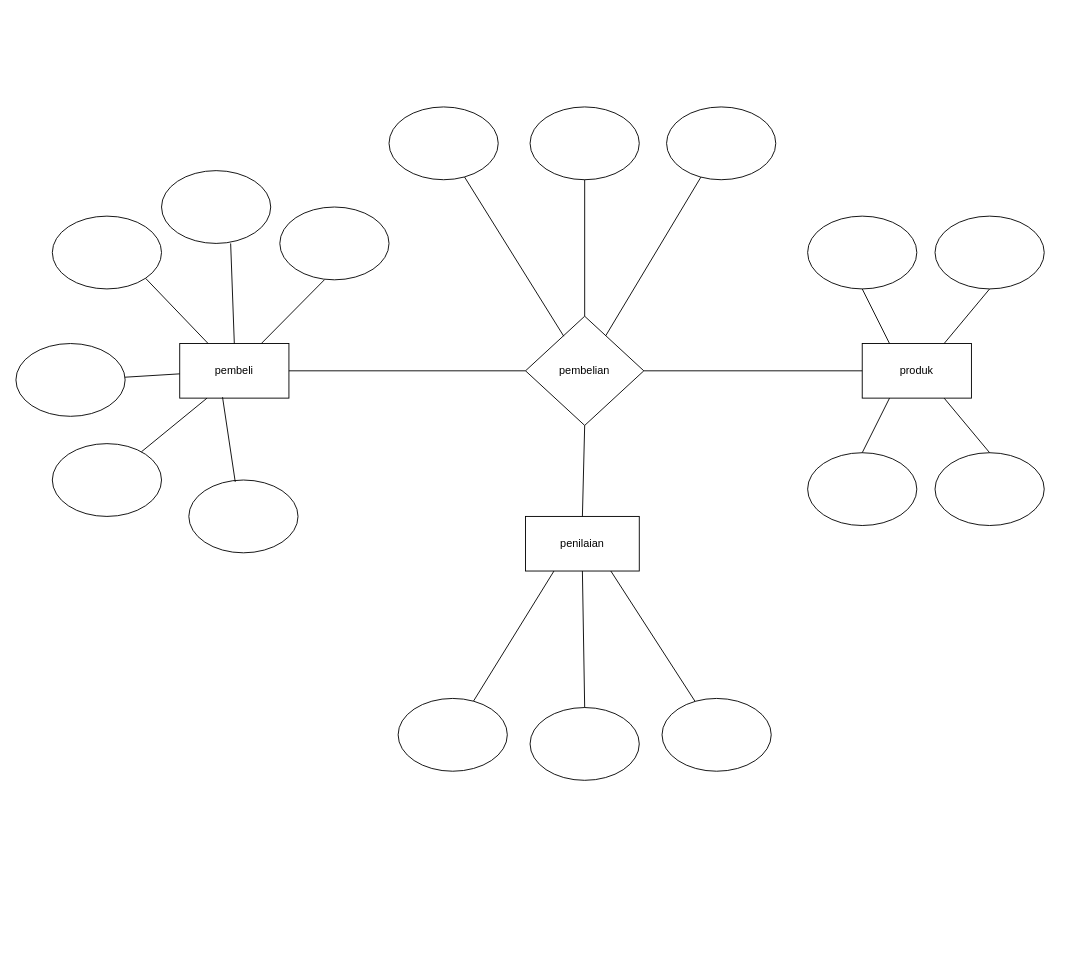
Earlier version of the draw.io diagram Untitled Diagram.drawio (MarioAT2703/JARKOM). Source tidied: cells renumbered, new cells numbered last; positions are measured from the earlier drawing's top-left corner, leaving out a move shared by most shapes. Both pictures are drawn from the tidied source at 91%, with x=0, y=0 at pixel (15, 106).
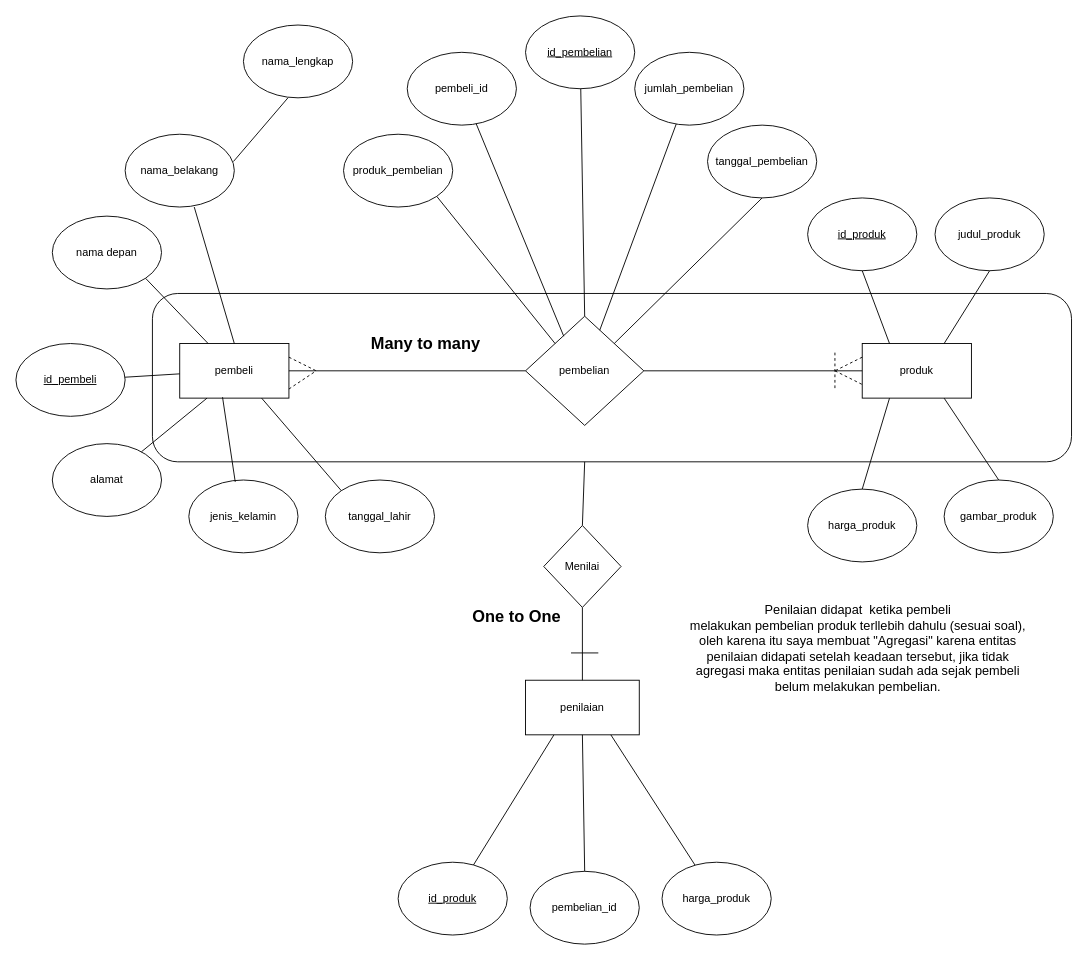
The same page after the edit.

Unchanged cells that the change refers to:
```xml
<mxCell id="2" value="pembeli" style="rounded=0;whiteSpace=wrap;html=1;" parent="1" vertex="1">
  <mxGeometry x="180" y="260" width="120" height="60" as="geometry" />
</mxCell>
<mxCell id="3" value="pembelian" style="rhombus;whiteSpace=wrap;html=1;" parent="1" vertex="1">
  <mxGeometry x="560" y="230" width="130" height="120" as="geometry" />
</mxCell>
<mxCell id="4" value="produk" style="rounded=0;whiteSpace=wrap;html=1;" parent="1" vertex="1">
  <mxGeometry x="930" y="260" width="120" height="60" as="geometry" />
</mxCell>
```

What changed in the source:
```diff
@@
+    <mxCell id="41" style="rounded=1;whiteSpace=wrap;html=1;" parent="1" vertex="1">
+      <mxGeometry x="150" y="205" width="1010" height="185" as="geometry" />
+    </mxCell>
@@
     <mxCell id="5" value="penilaian" style="rounded=0;whiteSpace=wrap;html=1;" parent="1" vertex="1">
-      <mxGeometry x="560" y="450" width="125" height="60" as="geometry" />
+      <mxGeometry x="560" y="630" width="125" height="60" as="geometry" />
     </mxCell>
-    <mxCell id="6" style="ellipse;whiteSpace=wrap;html=1;" parent="1" vertex="1">
+    <mxCell id="6" value="alamat" style="ellipse;whiteSpace=wrap;html=1;" parent="1" vertex="1">
       <mxGeometry x="40" y="370" width="120" height="80" as="geometry" />
     </mxCell>
-    <mxCell id="7" style="ellipse;whiteSpace=wrap;html=1;" parent="1" vertex="1">
-      <mxGeometry x="290" y="110" width="120" height="80" as="geometry" />
+    <mxCell id="7" value="nama_lengkap" style="ellipse;whiteSpace=wrap;html=1;" parent="1" vertex="1">
+      <mxGeometry x="250" y="-90" width="120" height="80" as="geometry" />
     </mxCell>
-    <mxCell id="8" style="ellipse;whiteSpace=wrap;html=1;" parent="1" vertex="1">
+    <mxCell id="8" value="&lt;u style=&quot;border-color: var(--border-color);&quot;&gt;id_pembeli&lt;/u&gt;" style="ellipse;whiteSpace=wrap;html=1;" parent="1" vertex="1">
       <mxGeometry y="260" width="120" height="80" as="geometry" />
     </mxCell>
-    <mxCell id="9" style="ellipse;whiteSpace=wrap;html=1;" parent="1" vertex="1">
+    <mxCell id="9" value="jenis_kelamin" style="ellipse;whiteSpace=wrap;html=1;" parent="1" vertex="1">
       <mxGeometry x="190" y="410" width="120" height="80" as="geometry" />
     </mxCell>
-    <mxCell id="10" style="ellipse;whiteSpace=wrap;html=1;" parent="1" vertex="1">
+    <mxCell id="10" value="nama depan" style="ellipse;whiteSpace=wrap;html=1;" parent="1" vertex="1">
       <mxGeometry x="40" y="120" width="120" height="80" as="geometry" />
     </mxCell>
-    <mxCell id="11" style="ellipse;whiteSpace=wrap;html=1;" parent="1" vertex="1">
-      <mxGeometry x="160" y="70" width="120" height="80" as="geometry" />
+    <mxCell id="11" value="nama_belakang" style="ellipse;whiteSpace=wrap;html=1;" parent="1" vertex="1">
+      <mxGeometry x="120" y="30" width="120" height="80" as="geometry" />
     </mxCell>
-    <mxCell id="12" style="endArrow=none;html=1;rounded=0;entryX=0.408;entryY=1;entryDx=0;entryDy=0;entryPerimeter=0;" parent="1" edge="1" source="2" target="7">
+    <mxCell id="12" style="endArrow=none;html=1;rounded=0;entryX=0.408;entryY=1;entryDx=0;entryDy=0;entryPerimeter=0;exitX=0.992;exitY=0.375;exitDx=0;exitDy=0;exitPerimeter=0;" parent="1" edge="1" source="11" target="7">
       <mxGeometry relative="1" as="geometry" />
     </mxCell>
@@
-    <mxCell id="18" style="ellipse;whiteSpace=wrap;html=1;" parent="1" vertex="1">
-      <mxGeometry x="565" width="120" height="80" as="geometry" />
+    <mxCell id="18" value="&lt;u&gt;id_pembelian&lt;/u&gt;" style="ellipse;whiteSpace=wrap;html=1;" parent="1" vertex="1">
+      <mxGeometry x="560" y="-100" width="120" height="80" as="geometry" />
     </mxCell>
-    <mxCell id="19" style="ellipse;whiteSpace=wrap;html=1;" parent="1" vertex="1">
-      <mxGeometry x="715" width="120" height="80" as="geometry" />
+    <mxCell id="19" value="jumlah_pembelian" style="ellipse;whiteSpace=wrap;html=1;" parent="1" vertex="1">
+      <mxGeometry x="680" y="-60" width="120" height="80" as="geometry" />
     </mxCell>
-    <mxCell id="20" style="ellipse;whiteSpace=wrap;html=1;" parent="1" vertex="1">
-      <mxGeometry x="410" width="120" height="80" as="geometry" />
+    <mxCell id="20" value="pembeli_id" style="ellipse;whiteSpace=wrap;html=1;" parent="1" vertex="1">
+      <mxGeometry x="430" y="-60" width="120" height="80" as="geometry" />
     </mxCell>
@@
-    <mxCell id="24" style="ellipse;whiteSpace=wrap;html=1;" parent="1" vertex="1">
-      <mxGeometry x="710" y="650" width="120" height="80" as="geometry" />
+    <mxCell id="24" value="harga_produk" style="ellipse;whiteSpace=wrap;html=1;" parent="1" vertex="1">
+      <mxGeometry x="710" y="830" width="120" height="80" as="geometry" />
     </mxCell>
-    <mxCell id="25" style="ellipse;whiteSpace=wrap;html=1;" parent="1" vertex="1">
-      <mxGeometry x="565" y="660" width="120" height="80" as="geometry" />
+    <mxCell id="25" value="pembelian_id" style="ellipse;whiteSpace=wrap;html=1;" parent="1" vertex="1">
+      <mxGeometry x="565" y="840" width="120" height="80" as="geometry" />
     </mxCell>
-    <mxCell id="26" style="ellipse;whiteSpace=wrap;html=1;" parent="1" vertex="1">
-      <mxGeometry x="420" y="650" width="120" height="80" as="geometry" />
+    <mxCell id="26" value="&lt;u&gt;id_produk&lt;/u&gt;" style="ellipse;whiteSpace=wrap;html=1;" parent="1" vertex="1">
+      <mxGeometry x="420" y="830" width="120" height="80" as="geometry" />
     </mxCell>
-    <mxCell id="27" style="ellipse;whiteSpace=wrap;html=1;" parent="1" vertex="1">
-      <mxGeometry x="870" y="380" width="120" height="80" as="geometry" />
+    <mxCell id="27" value="harga_produk" style="ellipse;whiteSpace=wrap;html=1;" parent="1" vertex="1">
+      <mxGeometry x="870" y="420" width="120" height="80" as="geometry" />
     </mxCell>
-    <mxCell id="28" style="ellipse;whiteSpace=wrap;html=1;" parent="1" vertex="1">
-      <mxGeometry x="1010" y="380" width="120" height="80" as="geometry" />
+    <mxCell id="28" value="gambar_produk" style="ellipse;whiteSpace=wrap;html=1;" parent="1" vertex="1">
+      <mxGeometry x="1020" y="410" width="120" height="80" as="geometry" />
     </mxCell>
-    <mxCell id="29" style="ellipse;whiteSpace=wrap;html=1;" parent="1" vertex="1">
-      <mxGeometry x="1010" y="120" width="120" height="80" as="geometry" />
+    <mxCell id="29" value="judul_produk" style="ellipse;whiteSpace=wrap;html=1;" parent="1" vertex="1">
+      <mxGeometry x="1010" y="100" width="120" height="80" as="geometry" />
     </mxCell>
-    <mxCell id="30" style="ellipse;whiteSpace=wrap;html=1;" parent="1" vertex="1">
-      <mxGeometry x="870" y="120" width="120" height="80" as="geometry" />
+    <mxCell id="30" value="&lt;u&gt;id_produk&lt;/u&gt;" style="ellipse;whiteSpace=wrap;html=1;" parent="1" vertex="1">
+      <mxGeometry x="870" y="100" width="120" height="80" as="geometry" />
     </mxCell>
@@
-    <mxCell id="40" style="endArrow=none;html=1;rounded=0;entryX=0.5;entryY=1;entryDx=0;entryDy=0;exitX=0.5;exitY=0;exitDx=0;exitDy=0;" parent="1" edge="1" source="5" target="3">
-      <mxGeometry relative="1" as="geometry" />
+    <mxCell id="40" style="endArrow=none;html=1;rounded=0;exitX=0.5;exitY=0;exitDx=0;exitDy=0;" parent="1" edge="1" source="50">
+      <mxGeometry relative="1" as="geometry">
+        <mxPoint x="625" y="390" as="targetPoint" />
+      </mxGeometry>
     </mxCell>
+    <mxCell id="42" value="tanggal_lahir" style="ellipse;whiteSpace=wrap;html=1;" parent="1" vertex="1">
+      <mxGeometry x="340" y="410" width="120" height="80" as="geometry" />
+    </mxCell>
+    <mxCell id="43" style="endArrow=none;html=1;rounded=0;entryX=0.75;entryY=1;entryDx=0;entryDy=0;exitX=0;exitY=0;exitDx=0;exitDy=0;" parent="1" edge="1" source="42" target="2">
+      <mxGeometry relative="1" as="geometry" />
+    </mxCell>
+    <mxCell id="44" value="produk_pembelian" style="ellipse;whiteSpace=wrap;html=1;" parent="1" vertex="1">
+      <mxGeometry x="360" y="30" width="120" height="80" as="geometry" />
+    </mxCell>
+    <mxCell id="45" value="tanggal_pembelian" style="ellipse;whiteSpace=wrap;html=1;" parent="1" vertex="1">
+      <mxGeometry x="760" y="20" width="120" height="80" as="geometry" />
+    </mxCell>
+    <mxCell id="46" style="endArrow=none;html=1;rounded=0;exitX=0;exitY=0;exitDx=0;exitDy=0;entryX=1;entryY=1;entryDx=0;entryDy=0;" parent="1" edge="1" source="3" target="44">
+      <mxGeometry relative="1" as="geometry" />
+    </mxCell>
+    <mxCell id="47" style="endArrow=none;html=1;rounded=0;exitX=1;exitY=0;exitDx=0;exitDy=0;entryX=0.5;entryY=1;entryDx=0;entryDy=0;" parent="1" edge="1" source="3" target="45">
+      <mxGeometry relative="1" as="geometry" />
+    </mxCell>
+    <mxCell id="48" value="&lt;b&gt;&lt;font style=&quot;font-size: 18px;&quot;&gt;Many to many&lt;/font&gt;&lt;/b&gt;" style="text;html=1;align=center;verticalAlign=middle;strokeColor=none;fillColor=none;" parent="1" vertex="1">
+      <mxGeometry x="380" y="240" width="140" height="40" as="geometry" />
+    </mxCell>
+    <mxCell id="49" style="endArrow=none;html=1;rounded=0;exitX=0.5;exitY=0;exitDx=0;exitDy=0;" parent="1" edge="1" source="5" target="50">
+      <mxGeometry relative="1" as="geometry" />
+    </mxCell>
+    <mxCell id="50" value="Menilai" style="rhombus;whiteSpace=wrap;html=1;" parent="1" vertex="1">
+      <mxGeometry x="580" y="460" width="85" height="90" as="geometry" />
+    </mxCell>
+    <mxCell id="51" value="&lt;font style=&quot;font-size: 14px;&quot;&gt;Penilaian didapat&amp;nbsp; ketika pembeli&lt;br&gt;melakukan pembelian produk terllebih dahulu (sesuai soal),&lt;br&gt;oleh karena itu saya membuat &quot;Agregasi&quot; karena entitas&lt;br&gt;penilaian didapati setelah keadaan tersebut, jika tidak&lt;br&gt;agregasi maka entitas penilaian sudah ada sejak pembeli&lt;br&gt;belum melakukan pembelian.&lt;/font&gt;" style="text;html=1;align=center;verticalAlign=middle;strokeColor=none;fillColor=none;" parent="1" vertex="1">
+      <mxGeometry x="730" y="540" width="390" height="110" as="geometry" />
+    </mxCell>
+    <mxCell id="52" value="&lt;b&gt;&lt;font style=&quot;font-size: 18px;&quot;&gt;One to One&lt;/font&gt;&lt;/b&gt;" style="text;html=1;align=center;verticalAlign=middle;strokeColor=none;fillColor=none;" parent="1" vertex="1">
+      <mxGeometry x="490" y="540" width="120" height="40" as="geometry" />
+    </mxCell>
+    <mxCell id="53" style="endArrow=none;dashed=1;html=1;rounded=0;" parent="1" edge="1">
+      <mxGeometry relative="1" as="geometry">
+        <mxPoint x="300" y="310" as="sourcePoint" />
+        <mxPoint x="330" y="290" as="targetPoint" />
+      </mxGeometry>
+    </mxCell>
+    <mxCell id="54" style="endArrow=none;dashed=1;html=1;rounded=0;exitX=1;exitY=0.25;exitDx=0;exitDy=0;" parent="1" edge="1" source="2">
+      <mxGeometry relative="1" as="geometry">
+        <mxPoint x="330" y="290" as="targetPoint" />
+      </mxGeometry>
+    </mxCell>
+    <mxCell id="55" style="endArrow=none;dashed=1;html=1;rounded=0;" parent="1" edge="1">
+      <mxGeometry relative="1" as="geometry">
+        <mxPoint x="900" y="270" as="sourcePoint" />
+        <mxPoint x="900" y="310" as="targetPoint" />
+      </mxGeometry>
+    </mxCell>
+    <mxCell id="56" style="endArrow=none;dashed=1;html=1;rounded=0;exitX=0;exitY=0.25;exitDx=0;exitDy=0;" parent="1" edge="1" source="4">
+      <mxGeometry relative="1" as="geometry">
+        <mxPoint x="900" y="290" as="targetPoint" />
+      </mxGeometry>
+    </mxCell>
+    <mxCell id="57" style="endArrow=none;dashed=1;html=1;rounded=0;entryX=0;entryY=0.75;entryDx=0;entryDy=0;" parent="1" edge="1" target="4">
+      <mxGeometry relative="1" as="geometry">
+        <mxPoint x="900" y="290" as="sourcePoint" />
+      </mxGeometry>
+    </mxCell>
+    <mxCell id="58" style="endArrow=none;html=1;rounded=0;" parent="1" edge="1">
+      <mxGeometry relative="1" as="geometry">
+        <mxPoint x="610" y="600" as="sourcePoint" />
+        <mxPoint x="640" y="600" as="targetPoint" />
+      </mxGeometry>
+    </mxCell>
```
